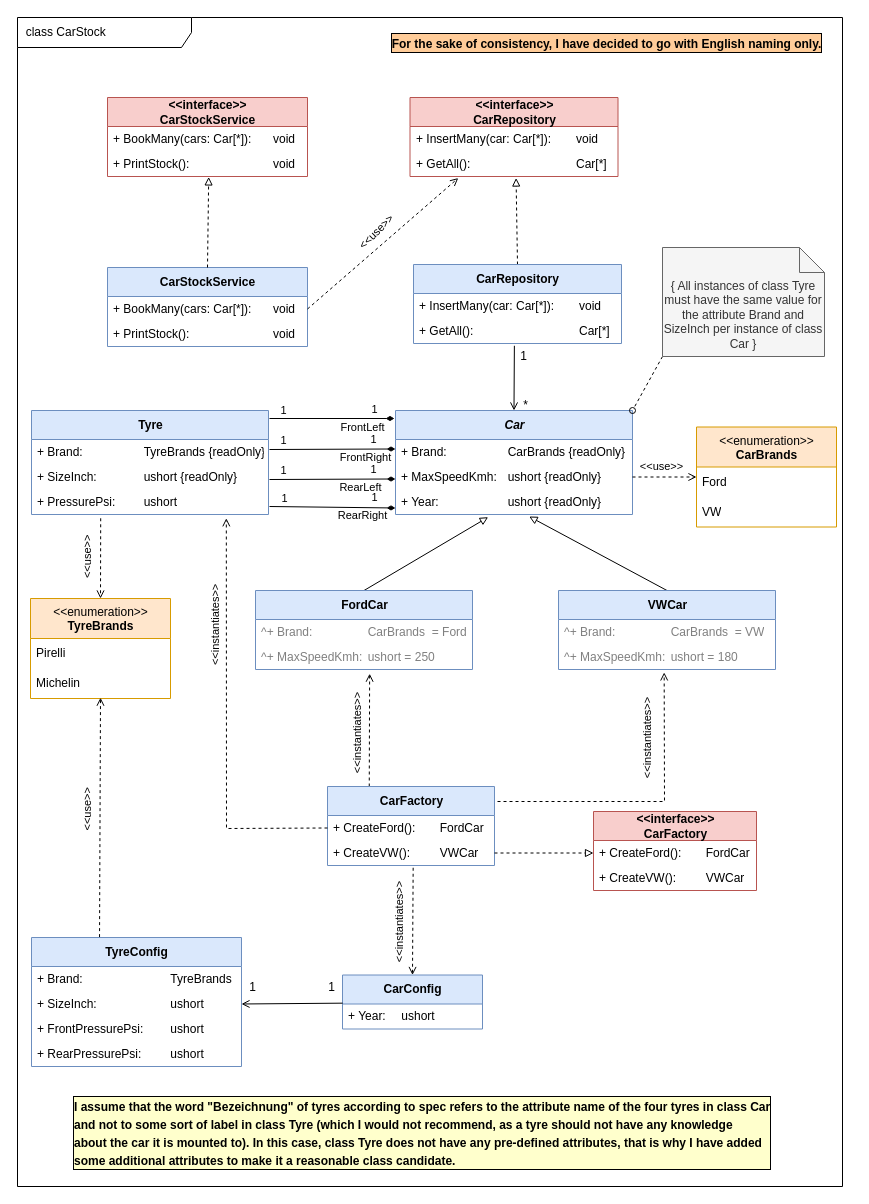
Earlier version of the draw.io diagram _Docs/Design.drawio (PaWeCoding/CarStock). Source tidied: cells renumbered, new cells numbered last; positions are measured from the earlier drawing's top-left corner, leaving out a move shared by most shapes. Both pictures are drawn from the tidied source at 100%, with x=0, y=0 at pixel (17, 17).
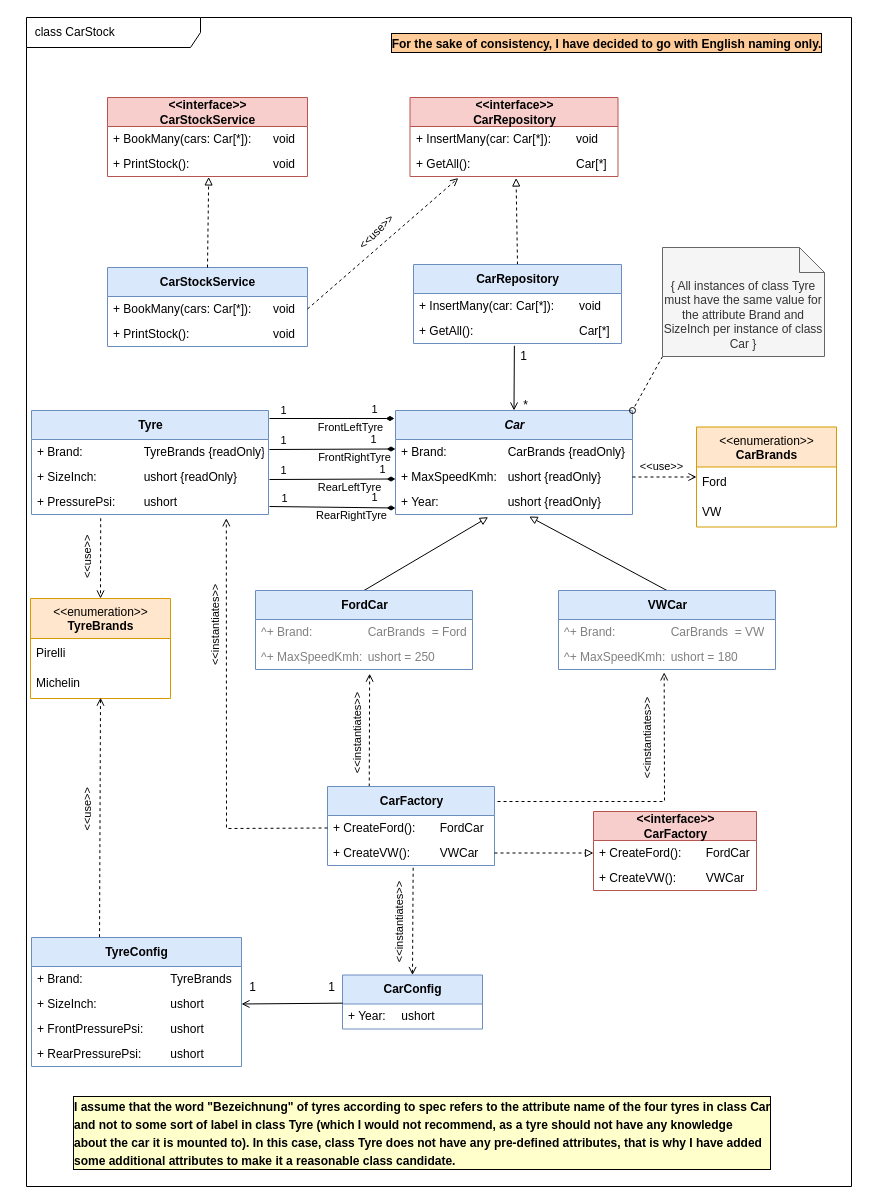
Above is the later version.

Commit message:
Attribute names for tyres updated

The change refers to these unchanged cells:
```xml
<mxCell id="31" style="edgeStyle=none;html=1;fontColor=#000000;endArrow=none;endFill=0;startArrow=diamondThin;startFill=1;" parent="1" edge="1">
  <mxGeometry relative="1" as="geometry">
    <mxPoint x="377" y="401" as="sourcePoint" />
    <mxPoint x="252" y="401" as="targetPoint" />
  </mxGeometry>
</mxCell>
<mxCell id="51" style="edgeStyle=none;html=1;fontColor=#000000;endArrow=none;endFill=0;startArrow=diamondThin;startFill=1;exitX=0;exitY=0.5;exitDx=0;exitDy=0;" parent="1" edge="1">
  <mxGeometry relative="1" as="geometry">
    <mxPoint x="378" y="431.5" as="sourcePoint" />
    <mxPoint x="252" y="432" as="targetPoint" />
  </mxGeometry>
</mxCell>
<mxCell id="55" style="edgeStyle=none;html=1;fontColor=#000000;endArrow=none;endFill=0;startArrow=diamondThin;startFill=1;exitX=0;exitY=0.5;exitDx=0;exitDy=0;" parent="1" edge="1">
  <mxGeometry relative="1" as="geometry">
    <mxPoint x="378" y="461.5" as="sourcePoint" />
    <mxPoint x="252" y="462" as="targetPoint" />
  </mxGeometry>
</mxCell>
<mxCell id="59" style="edgeStyle=none;html=1;fontColor=#000000;endArrow=none;endFill=0;startArrow=diamondThin;startFill=1;exitX=0;exitY=0.5;exitDx=0;exitDy=0;" parent="1" edge="1">
  <mxGeometry relative="1" as="geometry">
    <mxPoint x="378" y="490.5" as="sourcePoint" />
    <mxPoint x="252" y="489" as="targetPoint" />
  </mxGeometry>
</mxCell>
```

Diff of the diagram source:
```diff
@@
     <mxCell id="2" value="&amp;nbsp; class CarStock" style="shape=umlFrame;whiteSpace=wrap;html=1;width=174;height=30;align=left;" parent="1" vertex="1">
-      <mxGeometry width="825" height="1169" as="geometry" />
+      <mxGeometry x="9" width="825" height="1169" as="geometry" />
     </mxCell>
@@
-    <mxCell id="32" value="&lt;font style=&quot;font-size: 11px;&quot;&gt;FrontLeft&lt;/font&gt;" style="edgeLabel;html=1;align=center;verticalAlign=middle;fontSize=15;labelBackgroundColor=none;" parent="31" vertex="1">
+    <mxCell id="32" value="&lt;font style=&quot;font-size: 11px;&quot;&gt;FrontLeftTyre&lt;/font&gt;" style="edgeLabel;html=1;align=center;verticalAlign=middle;fontSize=15;labelBackgroundColor=none;" parent="31" vertex="1">
       <mxGeometry x="-0.3" y="7" relative="1" as="geometry">
-        <mxPoint x="11" y="-1" as="offset" />
+        <mxPoint x="-1" y="-1" as="offset" />
       </mxGeometry>
     </mxCell>
@@
-    <mxCell id="52" value="&lt;font style=&quot;font-size: 11px;&quot;&gt;FrontRight&lt;/font&gt;" style="edgeLabel;html=1;align=center;verticalAlign=middle;fontSize=15;labelBackgroundColor=none;" parent="51" vertex="1">
+    <mxCell id="52" value="&lt;font style=&quot;font-size: 11px;&quot;&gt;FrontRightTyre&lt;/font&gt;" style="edgeLabel;html=1;align=center;verticalAlign=middle;fontSize=15;labelBackgroundColor=none;" parent="51" vertex="1">
       <mxGeometry x="-0.3" y="7" relative="1" as="geometry">
-        <mxPoint x="13" y="-1" as="offset" />
+        <mxPoint x="2" y="-1" as="offset" />
       </mxGeometry>
     </mxCell>
@@
-    <mxCell id="56" value="&lt;font style=&quot;font-size: 11px;&quot;&gt;RearLeft&lt;/font&gt;" style="edgeLabel;html=1;align=center;verticalAlign=middle;fontSize=15;labelBackgroundColor=none;" parent="55" vertex="1">
+    <mxCell id="56" value="&lt;font style=&quot;font-size: 11px;&quot;&gt;RearLeftTyre&lt;/font&gt;" style="edgeLabel;html=1;align=center;verticalAlign=middle;fontSize=15;labelBackgroundColor=none;" parent="55" vertex="1">
       <mxGeometry x="-0.3" y="7" relative="1" as="geometry">
-        <mxPoint x="8" y="-1" as="offset" />
+        <mxPoint x="-3" y="-1" as="offset" />
       </mxGeometry>
     </mxCell>
@@
     <mxCell id="58" value="1" style="edgeLabel;html=1;align=center;verticalAlign=middle;fontSize=11;" parent="55" vertex="1">
       <mxGeometry x="-0.26" y="-2" relative="1" as="geometry">
-        <mxPoint x="25" y="-8" as="offset" />
+        <mxPoint x="34" y="-8" as="offset" />
       </mxGeometry>
     </mxCell>
@@
-    <mxCell id="60" value="&lt;font style=&quot;font-size: 11px;&quot;&gt;RearRight&lt;/font&gt;" style="edgeLabel;html=1;align=center;verticalAlign=middle;fontSize=15;labelBackgroundColor=none;" parent="59" vertex="1">
+    <mxCell id="60" value="&lt;font style=&quot;font-size: 11px;&quot;&gt;RearRightTyre&lt;/font&gt;" style="edgeLabel;html=1;align=center;verticalAlign=middle;fontSize=15;labelBackgroundColor=none;" parent="59" vertex="1">
       <mxGeometry x="-0.3" y="7" relative="1" as="geometry">
-        <mxPoint x="11" y="-1" as="offset" />
+        <mxPoint y="-1" as="offset" />
       </mxGeometry>
     </mxCell>
```
